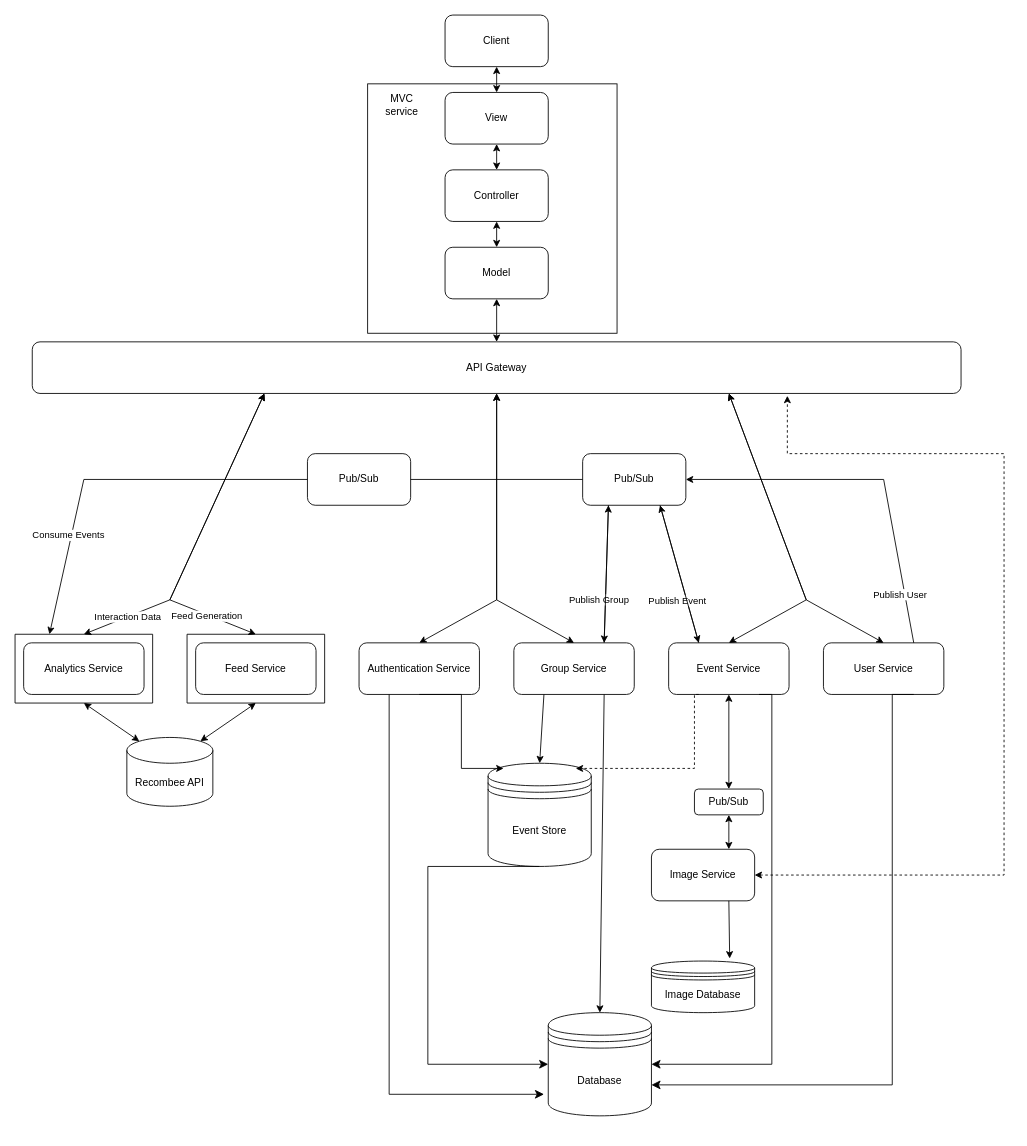
Before: diagrams/design_architecture.drawio in maged-elhabiby/YallaNow, a draw.io diagram. Source tidied: cells renumbered, new cells numbered last; positions are measured from the earlier drawing's top-left corner, leaving out a move shared by most shapes. Both pictures are drawn from the tidied source at 86%, with x=0, y=0 at pixel (15, 15).
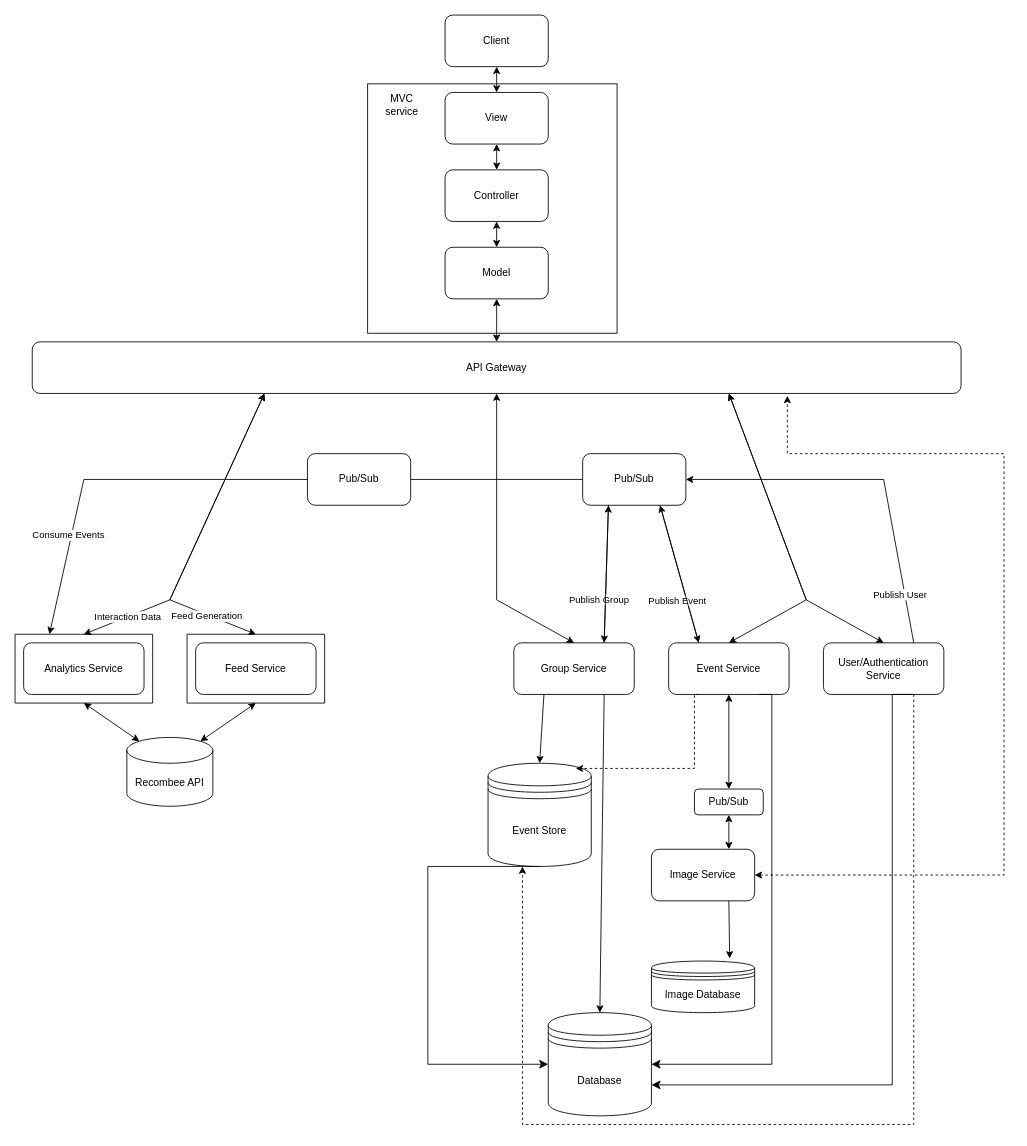
After the change.

The change refers to these unchanged cells:
```xml
<mxCell id="11" value="API Gateway" style="rounded=1;whiteSpace=wrap;html=1;" parent="1" vertex="1">
  <mxGeometry x="20" y="380" width="1080" height="60" as="geometry" />
</mxCell>
<mxCell id="40" value="Event Store" style="shape=datastore;whiteSpace=wrap;html=1;" parent="1" vertex="1">
  <mxGeometry x="550" y="870" width="120" height="120" as="geometry" />
</mxCell>
<mxCell id="41" value="Database" style="shape=datastore;whiteSpace=wrap;html=1;" parent="1" vertex="1">
  <mxGeometry x="620" y="1160" width="120" height="120" as="geometry" />
</mxCell>
```

Change to the diagram source:
```diff
@@
-    <mxCell id="18" value="User Service" style="rounded=1;whiteSpace=wrap;html=1;" parent="1" vertex="1">
+    <mxCell id="18" value="User/Authentication Service" style="rounded=1;whiteSpace=wrap;html=1;" parent="1" vertex="1">
       <mxGeometry x="940" y="730" width="140" height="60" as="geometry" />
     </mxCell>
-    <mxCell id="19" style="endArrow=classic;startArrow=classic;html=1;rounded=0;exitX=0.5;exitY=0;exitDx=0;exitDy=0;entryX=0.5;entryY=1;entryDx=0;entryDy=0;" parent="1" edge="1" source="39" target="11">
-      <mxGeometry relative="1" as="geometry">
-        <Array as="points">
-          <mxPoint x="560" y="680" />
-        </Array>
-      </mxGeometry>
-    </mxCell>
@@
-    <mxCell id="39" value="Authentication Service" style="rounded=1;whiteSpace=wrap;html=1;" parent="1" vertex="1">
-      <mxGeometry x="400" y="730" width="140" height="60" as="geometry" />
-    </mxCell>
@@
-    <mxCell id="42" style="endArrow=classic;html=1;rounded=0;entryX=0.15;entryY=0.05;entryDx=0;entryDy=0;entryPerimeter=0;exitX=0.5;exitY=1;exitDx=0;exitDy=0;edgeStyle=elbowEdgeStyle;" parent="1" edge="1" source="39" target="40">
-      <mxGeometry relative="1" as="geometry" />
-    </mxCell>
@@
-    <mxCell id="45" style="edgeStyle=elbowEdgeStyle;elbow=horizontal;endArrow=classic;html=1;curved=0;rounded=0;endSize=8;startSize=8;entryX=-0.041;entryY=0.791;entryDx=0;entryDy=0;entryPerimeter=0;exitX=0.25;exitY=1;exitDx=0;exitDy=0;" parent="1" edge="1" source="39" target="41">
-      <mxGeometry relative="1" as="geometry">
-        <Array as="points">
-          <mxPoint x="435" y="950" />
-        </Array>
-      </mxGeometry>
-    </mxCell>
@@
+    <mxCell id="62" style="endArrow=classic;html=1;rounded=0;exitX=0.75;exitY=1;exitDx=0;exitDy=0;edgeStyle=elbowEdgeStyle;elbow=vertical;dashed=1;" parent="1" edge="1" source="18">
+      <mxGeometry relative="1" as="geometry">
+        <mxPoint x="590" y="990" as="targetPoint" />
+        <Array as="points">
+          <mxPoint x="820" y="1290" />
+        </Array>
+      </mxGeometry>
+    </mxCell>
```
